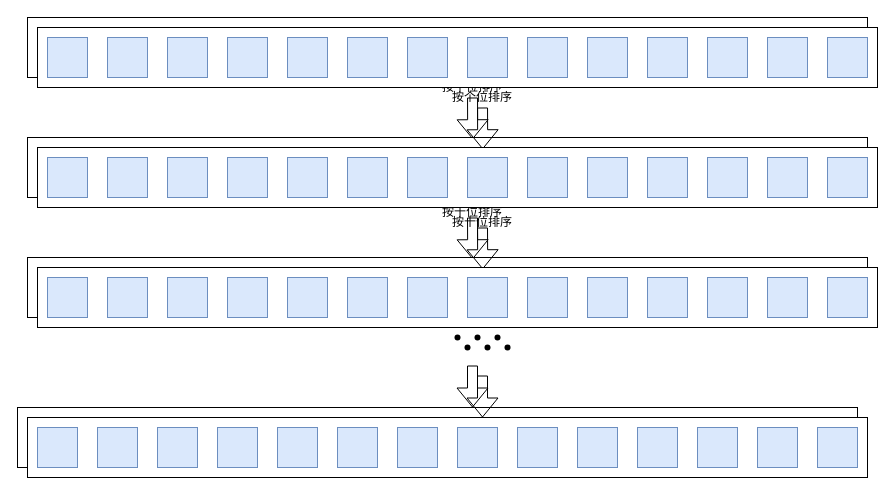
AliceAuto/AliceAuto.github.io keeps this draw.io diagram as 基础理论学习/数据结构/资源/基数排序.drawio. Above is the earlier version. Source tidied: cells renumbered, new cells numbered last; positions are measured from the earlier drawing's top-left corner, leaving out a move shared by most shapes. Both pictures are drawn from the tidied source at 100%, with x=0, y=0 at pixel (17, 17).
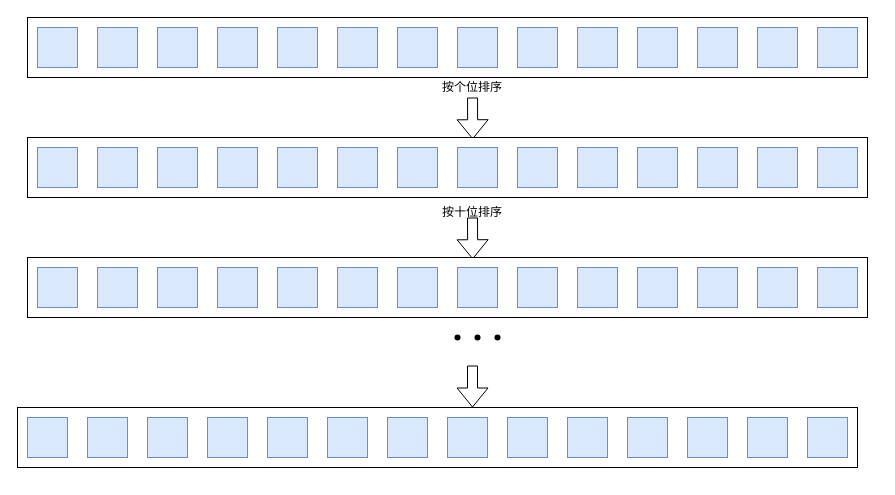
After the change.

Commit message (it also covers changes not shown here):
更新基数排序.drawio

The edit, as a diff of the source:
```diff
@@
-    <mxCell id="70" style="rounded=0;whiteSpace=wrap;html=1;" parent="1" vertex="1">
-      <mxGeometry x="20" y="10" width="840" height="60" as="geometry" />
-    </mxCell>
-    <mxCell id="71" style="whiteSpace=wrap;html=1;fillColor=#dae8fc;strokeColor=#6c8ebf;" parent="1" vertex="1">
-      <mxGeometry x="30" y="20" width="40" height="40" as="geometry" />
-    </mxCell>
-    <mxCell id="72" style="whiteSpace=wrap;html=1;fillColor=#dae8fc;strokeColor=#6c8ebf;" parent="1" vertex="1">
-      <mxGeometry x="90" y="20" width="40" height="40" as="geometry" />
-    </mxCell>
-    <mxCell id="73" style="whiteSpace=wrap;html=1;fillColor=#dae8fc;strokeColor=#6c8ebf;" parent="1" vertex="1">
-      <mxGeometry x="150" y="20" width="40" height="40" as="geometry" />
-    </mxCell>
-    <mxCell id="74" style="whiteSpace=wrap;html=1;fillColor=#dae8fc;strokeColor=#6c8ebf;" parent="1" vertex="1">
-      <mxGeometry x="210" y="20" width="40" height="40" as="geometry" />
-    </mxCell>
-    <mxCell id="75" style="whiteSpace=wrap;html=1;fillColor=#dae8fc;strokeColor=#6c8ebf;" parent="1" vertex="1">
-      <mxGeometry x="270" y="20" width="40" height="40" as="geometry" />
-    </mxCell>
-    <mxCell id="76" style="whiteSpace=wrap;html=1;fillColor=#dae8fc;strokeColor=#6c8ebf;" parent="1" vertex="1">
-      <mxGeometry x="330" y="20" width="40" height="40" as="geometry" />
-    </mxCell>
-    <mxCell id="77" style="whiteSpace=wrap;html=1;fillColor=#dae8fc;strokeColor=#6c8ebf;" parent="1" vertex="1">
-      <mxGeometry x="390" y="20" width="40" height="40" as="geometry" />
-    </mxCell>
-    <mxCell id="78" style="whiteSpace=wrap;html=1;fillColor=#dae8fc;strokeColor=#6c8ebf;" parent="1" vertex="1">
-      <mxGeometry x="450" y="20" width="40" height="40" as="geometry" />
-    </mxCell>
-    <mxCell id="79" style="whiteSpace=wrap;html=1;fillColor=#dae8fc;strokeColor=#6c8ebf;" parent="1" vertex="1">
-      <mxGeometry x="510" y="20" width="40" height="40" as="geometry" />
-    </mxCell>
-    <mxCell id="80" style="whiteSpace=wrap;html=1;fillColor=#dae8fc;strokeColor=#6c8ebf;" parent="1" vertex="1">
-      <mxGeometry x="570" y="20" width="40" height="40" as="geometry" />
-    </mxCell>
-    <mxCell id="81" style="whiteSpace=wrap;html=1;fillColor=#dae8fc;strokeColor=#6c8ebf;" parent="1" vertex="1">
-      <mxGeometry x="630" y="20" width="40" height="40" as="geometry" />
-    </mxCell>
-    <mxCell id="82" style="whiteSpace=wrap;html=1;fillColor=#dae8fc;strokeColor=#6c8ebf;" parent="1" vertex="1">
-      <mxGeometry x="690" y="20" width="40" height="40" as="geometry" />
-    </mxCell>
-    <mxCell id="83" style="whiteSpace=wrap;html=1;fillColor=#dae8fc;strokeColor=#6c8ebf;" parent="1" vertex="1">
-      <mxGeometry x="750" y="20" width="40" height="40" as="geometry" />
-    </mxCell>
-    <mxCell id="84" style="whiteSpace=wrap;html=1;fillColor=#dae8fc;strokeColor=#6c8ebf;" parent="1" vertex="1">
-      <mxGeometry x="810" y="20" width="40" height="40" as="geometry" />
-    </mxCell>
-    <mxCell id="85" style="shape=flexArrow;endArrow=classic;html=1;rounded=0;entryX=0.53;entryY=0.029;entryDx=0;entryDy=0;entryPerimeter=0;" parent="1" edge="1" source="86" target="87">
-      <mxGeometry relative="1" as="geometry" />
-    </mxCell>
-    <mxCell id="86" value="按个位排序" style="text;html=1;align=center;verticalAlign=middle;whiteSpace=wrap;rounded=0;" parent="1" vertex="1">
-      <mxGeometry x="430" y="70" width="70" height="20" as="geometry" />
-    </mxCell>
-    <mxCell id="87" style="rounded=0;whiteSpace=wrap;html=1;" parent="1" vertex="1">
-      <mxGeometry x="20" y="130" width="840" height="60" as="geometry" />
-    </mxCell>
-    <mxCell id="88" style="whiteSpace=wrap;html=1;fillColor=#dae8fc;strokeColor=#6c8ebf;" parent="1" vertex="1">
-      <mxGeometry x="30" y="140" width="40" height="40" as="geometry" />
-    </mxCell>
-    <mxCell id="89" style="whiteSpace=wrap;html=1;fillColor=#dae8fc;strokeColor=#6c8ebf;" parent="1" vertex="1">
-      <mxGeometry x="90" y="140" width="40" height="40" as="geometry" />
-    </mxCell>
-    <mxCell id="90" style="whiteSpace=wrap;html=1;fillColor=#dae8fc;strokeColor=#6c8ebf;" parent="1" vertex="1">
-      <mxGeometry x="150" y="140" width="40" height="40" as="geometry" />
-    </mxCell>
-    <mxCell id="91" style="whiteSpace=wrap;html=1;fillColor=#dae8fc;strokeColor=#6c8ebf;" parent="1" vertex="1">
-      <mxGeometry x="210" y="140" width="40" height="40" as="geometry" />
-    </mxCell>
-    <mxCell id="92" style="whiteSpace=wrap;html=1;fillColor=#dae8fc;strokeColor=#6c8ebf;" parent="1" vertex="1">
-      <mxGeometry x="270" y="140" width="40" height="40" as="geometry" />
-    </mxCell>
-    <mxCell id="93" style="whiteSpace=wrap;html=1;fillColor=#dae8fc;strokeColor=#6c8ebf;" parent="1" vertex="1">
-      <mxGeometry x="330" y="140" width="40" height="40" as="geometry" />
-    </mxCell>
-    <mxCell id="94" style="whiteSpace=wrap;html=1;fillColor=#dae8fc;strokeColor=#6c8ebf;" parent="1" vertex="1">
-      <mxGeometry x="390" y="140" width="40" height="40" as="geometry" />
-    </mxCell>
-    <mxCell id="95" style="whiteSpace=wrap;html=1;fillColor=#dae8fc;strokeColor=#6c8ebf;" parent="1" vertex="1">
-      <mxGeometry x="450" y="140" width="40" height="40" as="geometry" />
-    </mxCell>
-    <mxCell id="96" style="whiteSpace=wrap;html=1;fillColor=#dae8fc;strokeColor=#6c8ebf;" parent="1" vertex="1">
-      <mxGeometry x="510" y="140" width="40" height="40" as="geometry" />
-    </mxCell>
-    <mxCell id="97" style="whiteSpace=wrap;html=1;fillColor=#dae8fc;strokeColor=#6c8ebf;" parent="1" vertex="1">
-      <mxGeometry x="570" y="140" width="40" height="40" as="geometry" />
-    </mxCell>
-    <mxCell id="98" style="whiteSpace=wrap;html=1;fillColor=#dae8fc;strokeColor=#6c8ebf;" parent="1" vertex="1">
-      <mxGeometry x="630" y="140" width="40" height="40" as="geometry" />
-    </mxCell>
-    <mxCell id="99" style="whiteSpace=wrap;html=1;fillColor=#dae8fc;strokeColor=#6c8ebf;" parent="1" vertex="1">
-      <mxGeometry x="690" y="140" width="40" height="40" as="geometry" />
-    </mxCell>
-    <mxCell id="100" style="whiteSpace=wrap;html=1;fillColor=#dae8fc;strokeColor=#6c8ebf;" parent="1" vertex="1">
-      <mxGeometry x="750" y="140" width="40" height="40" as="geometry" />
-    </mxCell>
-    <mxCell id="101" style="whiteSpace=wrap;html=1;fillColor=#dae8fc;strokeColor=#6c8ebf;" parent="1" vertex="1">
-      <mxGeometry x="810" y="140" width="40" height="40" as="geometry" />
-    </mxCell>
-    <mxCell id="102" style="shape=flexArrow;endArrow=classic;html=1;rounded=0;entryX=0.53;entryY=0.029;entryDx=0;entryDy=0;entryPerimeter=0;" parent="1" edge="1" target="103">
-      <mxGeometry relative="1" as="geometry">
-        <mxPoint x="465" y="210" as="sourcePoint" />
-      </mxGeometry>
-    </mxCell>
-    <mxCell id="103" style="rounded=0;whiteSpace=wrap;html=1;" parent="1" vertex="1">
-      <mxGeometry x="20" y="250" width="840" height="60" as="geometry" />
-    </mxCell>
-    <mxCell id="104" style="whiteSpace=wrap;html=1;fillColor=#dae8fc;strokeColor=#6c8ebf;" parent="1" vertex="1">
-      <mxGeometry x="30" y="260" width="40" height="40" as="geometry" />
-    </mxCell>
-    <mxCell id="105" style="whiteSpace=wrap;html=1;fillColor=#dae8fc;strokeColor=#6c8ebf;" parent="1" vertex="1">
-      <mxGeometry x="90" y="260" width="40" height="40" as="geometry" />
-    </mxCell>
-    <mxCell id="106" style="whiteSpace=wrap;html=1;fillColor=#dae8fc;strokeColor=#6c8ebf;" parent="1" vertex="1">
-      <mxGeometry x="150" y="260" width="40" height="40" as="geometry" />
-    </mxCell>
-    <mxCell id="107" style="whiteSpace=wrap;html=1;fillColor=#dae8fc;strokeColor=#6c8ebf;" parent="1" vertex="1">
-      <mxGeometry x="210" y="260" width="40" height="40" as="geometry" />
-    </mxCell>
-    <mxCell id="108" style="whiteSpace=wrap;html=1;fillColor=#dae8fc;strokeColor=#6c8ebf;" parent="1" vertex="1">
-      <mxGeometry x="270" y="260" width="40" height="40" as="geometry" />
-    </mxCell>
-    <mxCell id="109" style="whiteSpace=wrap;html=1;fillColor=#dae8fc;strokeColor=#6c8ebf;" parent="1" vertex="1">
-      <mxGeometry x="330" y="260" width="40" height="40" as="geometry" />
-    </mxCell>
-    <mxCell id="110" style="whiteSpace=wrap;html=1;fillColor=#dae8fc;strokeColor=#6c8ebf;" parent="1" vertex="1">
-      <mxGeometry x="390" y="260" width="40" height="40" as="geometry" />
-    </mxCell>
-    <mxCell id="111" style="whiteSpace=wrap;html=1;fillColor=#dae8fc;strokeColor=#6c8ebf;" parent="1" vertex="1">
-      <mxGeometry x="450" y="260" width="40" height="40" as="geometry" />
-    </mxCell>
-    <mxCell id="112" style="whiteSpace=wrap;html=1;fillColor=#dae8fc;strokeColor=#6c8ebf;" parent="1" vertex="1">
-      <mxGeometry x="510" y="260" width="40" height="40" as="geometry" />
-    </mxCell>
-    <mxCell id="113" style="whiteSpace=wrap;html=1;fillColor=#dae8fc;strokeColor=#6c8ebf;" parent="1" vertex="1">
-      <mxGeometry x="570" y="260" width="40" height="40" as="geometry" />
-    </mxCell>
-    <mxCell id="114" style="whiteSpace=wrap;html=1;fillColor=#dae8fc;strokeColor=#6c8ebf;" parent="1" vertex="1">
-      <mxGeometry x="630" y="260" width="40" height="40" as="geometry" />
-    </mxCell>
-    <mxCell id="115" style="whiteSpace=wrap;html=1;fillColor=#dae8fc;strokeColor=#6c8ebf;" parent="1" vertex="1">
-      <mxGeometry x="690" y="260" width="40" height="40" as="geometry" />
-    </mxCell>
-    <mxCell id="116" style="whiteSpace=wrap;html=1;fillColor=#dae8fc;strokeColor=#6c8ebf;" parent="1" vertex="1">
-      <mxGeometry x="750" y="260" width="40" height="40" as="geometry" />
-    </mxCell>
-    <mxCell id="117" style="whiteSpace=wrap;html=1;fillColor=#dae8fc;strokeColor=#6c8ebf;" parent="1" vertex="1">
-      <mxGeometry x="810" y="260" width="40" height="40" as="geometry" />
-    </mxCell>
-    <mxCell id="118" value="按十位排序" style="text;html=1;align=center;verticalAlign=middle;whiteSpace=wrap;rounded=0;" parent="1" vertex="1">
-      <mxGeometry x="430" y="190" width="70" height="30" as="geometry" />
-    </mxCell>
-    <mxCell id="119" style="shape=waypoint;sketch=0;fillStyle=solid;size=6;fillColor=none;perimeter=centerPerimeter;" parent="1" vertex="1">
-      <mxGeometry x="440" y="320" width="20" height="20" as="geometry" />
-    </mxCell>
-    <mxCell id="120" style="shape=waypoint;sketch=0;fillStyle=solid;size=6;fillColor=none;perimeter=centerPerimeter;" parent="1" vertex="1">
-      <mxGeometry x="460" y="320" width="20" height="20" as="geometry" />
-    </mxCell>
-    <mxCell id="121" style="shape=waypoint;sketch=0;fillStyle=solid;size=6;fillColor=none;perimeter=centerPerimeter;" parent="1" vertex="1">
-      <mxGeometry x="480" y="320" width="20" height="20" as="geometry" />
-    </mxCell>
-    <mxCell id="122" style="rounded=0;whiteSpace=wrap;html=1;" parent="1" vertex="1">
-      <mxGeometry x="10" y="400" width="840" height="60" as="geometry" />
-    </mxCell>
-    <mxCell id="123" style="whiteSpace=wrap;html=1;fillColor=#dae8fc;strokeColor=#6c8ebf;" parent="1" vertex="1">
-      <mxGeometry x="20" y="410" width="40" height="40" as="geometry" />
-    </mxCell>
-    <mxCell id="124" style="whiteSpace=wrap;html=1;fillColor=#dae8fc;strokeColor=#6c8ebf;" parent="1" vertex="1">
-      <mxGeometry x="80" y="410" width="40" height="40" as="geometry" />
-    </mxCell>
-    <mxCell id="125" style="whiteSpace=wrap;html=1;fillColor=#dae8fc;strokeColor=#6c8ebf;" parent="1" vertex="1">
-      <mxGeometry x="140" y="410" width="40" height="40" as="geometry" />
-    </mxCell>
-    <mxCell id="126" style="whiteSpace=wrap;html=1;fillColor=#dae8fc;strokeColor=#6c8ebf;" parent="1" vertex="1">
-      <mxGeometry x="200" y="410" width="40" height="40" as="geometry" />
-    </mxCell>
-    <mxCell id="127" style="whiteSpace=wrap;html=1;fillColor=#dae8fc;strokeColor=#6c8ebf;" parent="1" vertex="1">
-      <mxGeometry x="260" y="410" width="40" height="40" as="geometry" />
-    </mxCell>
-    <mxCell id="128" style="whiteSpace=wrap;html=1;fillColor=#dae8fc;strokeColor=#6c8ebf;" parent="1" vertex="1">
-      <mxGeometry x="320" y="410" width="40" height="40" as="geometry" />
-    </mxCell>
-    <mxCell id="129" style="whiteSpace=wrap;html=1;fillColor=#dae8fc;strokeColor=#6c8ebf;" parent="1" vertex="1">
-      <mxGeometry x="380" y="410" width="40" height="40" as="geometry" />
-    </mxCell>
-    <mxCell id="130" style="whiteSpace=wrap;html=1;fillColor=#dae8fc;strokeColor=#6c8ebf;" parent="1" vertex="1">
-      <mxGeometry x="440" y="410" width="40" height="40" as="geometry" />
-    </mxCell>
-    <mxCell id="131" style="whiteSpace=wrap;html=1;fillColor=#dae8fc;strokeColor=#6c8ebf;" parent="1" vertex="1">
-      <mxGeometry x="500" y="410" width="40" height="40" as="geometry" />
-    </mxCell>
-    <mxCell id="132" style="whiteSpace=wrap;html=1;fillColor=#dae8fc;strokeColor=#6c8ebf;" parent="1" vertex="1">
-      <mxGeometry x="560" y="410" width="40" height="40" as="geometry" />
-    </mxCell>
-    <mxCell id="133" style="whiteSpace=wrap;html=1;fillColor=#dae8fc;strokeColor=#6c8ebf;" parent="1" vertex="1">
-      <mxGeometry x="620" y="410" width="40" height="40" as="geometry" />
-    </mxCell>
-    <mxCell id="134" style="whiteSpace=wrap;html=1;fillColor=#dae8fc;strokeColor=#6c8ebf;" parent="1" vertex="1">
-      <mxGeometry x="680" y="410" width="40" height="40" as="geometry" />
-    </mxCell>
-    <mxCell id="135" style="whiteSpace=wrap;html=1;fillColor=#dae8fc;strokeColor=#6c8ebf;" parent="1" vertex="1">
-      <mxGeometry x="740" y="410" width="40" height="40" as="geometry" />
-    </mxCell>
-    <mxCell id="136" style="whiteSpace=wrap;html=1;fillColor=#dae8fc;strokeColor=#6c8ebf;" parent="1" vertex="1">
-      <mxGeometry x="800" y="410" width="40" height="40" as="geometry" />
-    </mxCell>
-    <mxCell id="137" style="shape=flexArrow;endArrow=classic;html=1;rounded=0;entryX=0.53;entryY=0.029;entryDx=0;entryDy=0;entryPerimeter=0;" parent="1" edge="1">
-      <mxGeometry relative="1" as="geometry">
-        <mxPoint x="465" y="358" as="sourcePoint" />
-        <mxPoint x="465" y="400" as="targetPoint" />
-      </mxGeometry>
-    </mxCell>
```
